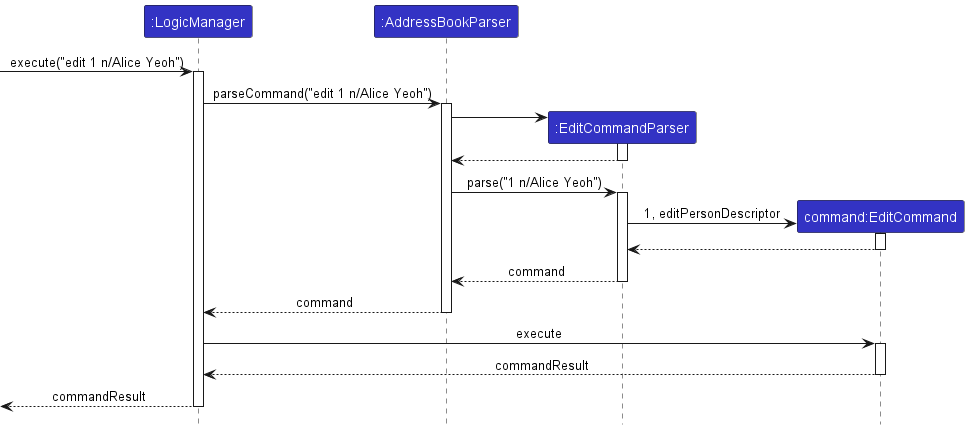
Above: tutorials/images/tracing/LogicSequenceDiagramImproved.png in se-edu/guides (PlantUML), before the change.
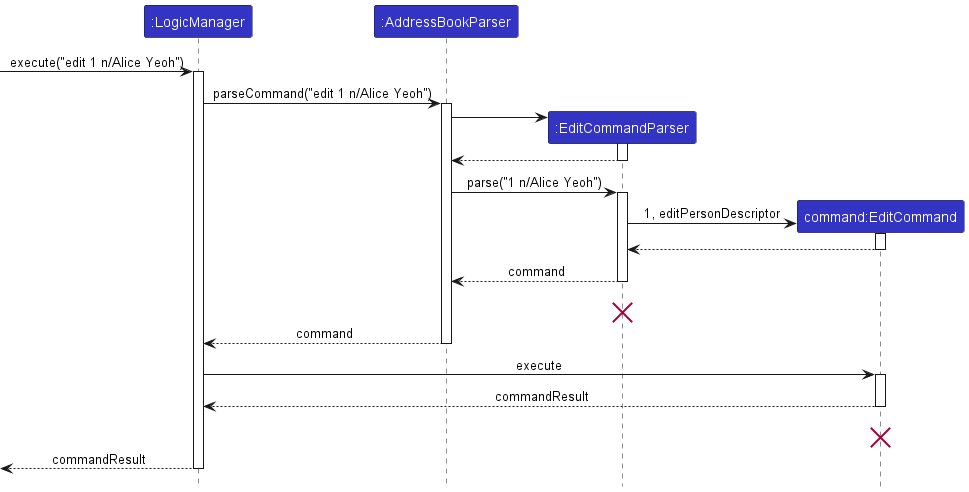
The same diagram one commit later.

What changed in the source:
```diff
@@ -20,12 +20,18 @@
 ecp -> ec ++: 1, editPersonDescriptor
 ec --> ecp --
 ecp --> abp --: command
+ecp -[hidden]-> abp --: command
+destroy ecp
+
+
 abp --> logic --: command
 
 logic -> ec : execute
 activate ec
 ec --> logic : commandResult
 deactivate ec
+ec -[hidden]-> logic : commandResult
+destroy ec
 
 <-- logic :commandResult
 deactivate logic
```
